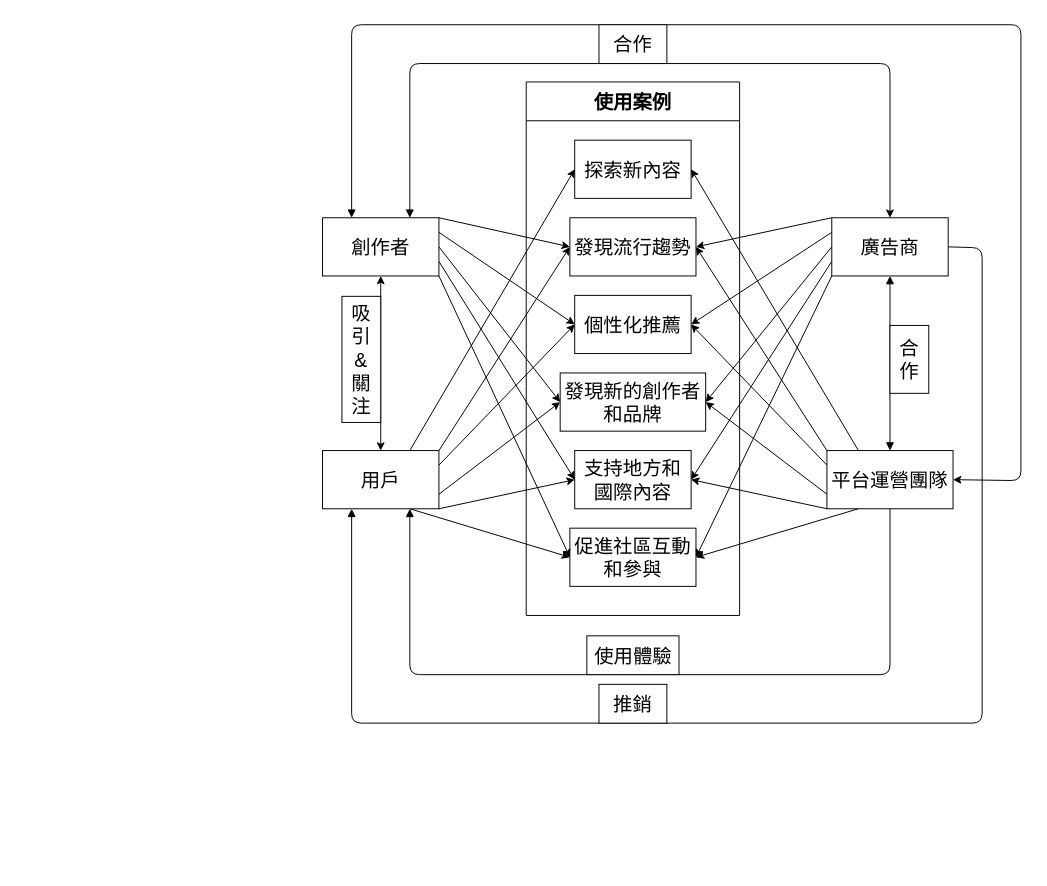
Earlier version of the draw.io diagram serch2.drawio (jeffwei0/1122_Final-project). Source tidied: cells renumbered, new cells numbered last; positions are measured from the earlier drawing's top-left corner, leaving out a move shared by most shapes. Both pictures are drawn from the tidied source at 97%, with x=0, y=0 at pixel (322, 24).
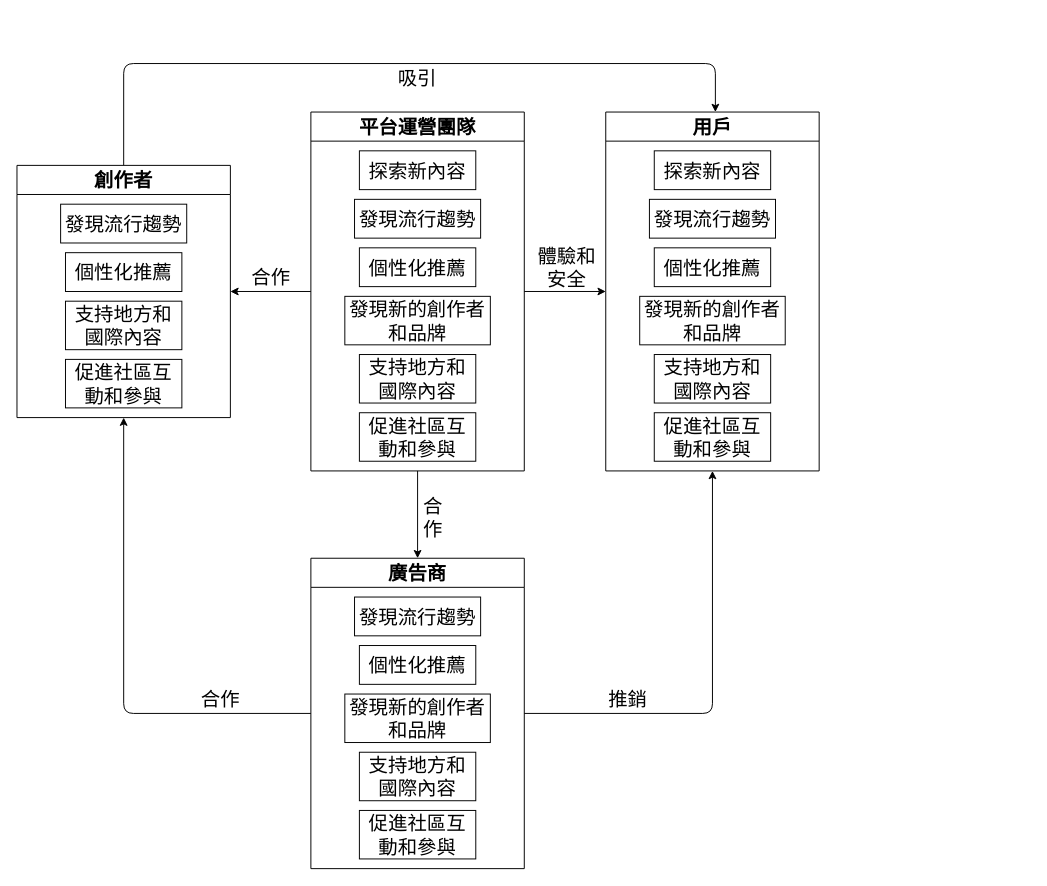
Above is the later version.

The edit, as a diff of the source:
```diff
@@
-    <mxCell id="2" value="&lt;span style=&quot;font-size: 20px;&quot;&gt;使用案例&lt;/span&gt;" style="swimlane;whiteSpace=wrap;html=1;startSize=40;" parent="1" vertex="1">
-      <mxGeometry x="210" y="59" width="220" height="550" as="geometry" />
-    </mxCell>
-    <mxCell id="3" value="探索新內容" style="rounded=0;whiteSpace=wrap;html=1;fontSize=20;" parent="2" vertex="1">
-      <mxGeometry x="50" y="60" width="120" height="60" as="geometry" />
+    <mxCell id="3" value="&lt;font style=&quot;font-size: 20px;&quot;&gt;用戶&lt;/font&gt;" style="swimlane;whiteSpace=wrap;html=1;startSize=30;" parent="1" vertex="1">
+      <mxGeometry x="292" y="90" width="220" height="370" as="geometry" />
     </mxCell>
-    <mxCell id="4" value="發現流行趨勢" style="rounded=0;whiteSpace=wrap;html=1;fontSize=20;" parent="2" vertex="1">
-      <mxGeometry x="45" y="140" width="130" height="60" as="geometry" />
-    </mxCell>
-    <mxCell id="5" value="個性化推薦" style="rounded=0;whiteSpace=wrap;html=1;fontSize=20;" parent="2" vertex="1">
-      <mxGeometry x="50" y="220" width="120" height="60" as="geometry" />
-    </mxCell>
-    <mxCell id="6" value="發現新的創作者和品牌" style="rounded=0;whiteSpace=wrap;html=1;fontSize=20;" parent="2" vertex="1">
-      <mxGeometry x="35" y="300" width="150" height="60" as="geometry" />
-    </mxCell>
-    <mxCell id="7" value="支持地方和國際內容" style="rounded=0;whiteSpace=wrap;html=1;fontSize=20;" parent="2" vertex="1">
-      <mxGeometry x="50" y="380" width="120" height="60" as="geometry" />
+    <mxCell id="7" value="探索新內容" style="rounded=0;whiteSpace=wrap;html=1;fontSize=20;" parent="3" vertex="1">
+      <mxGeometry x="50" y="40" width="120" height="40" as="geometry" />
     </mxCell>
-    <mxCell id="8" value="促進社區互動和參與" style="rounded=0;whiteSpace=wrap;html=1;fontSize=20;" parent="2" vertex="1">
-      <mxGeometry x="45" y="460" width="130" height="60" as="geometry" />
+    <mxCell id="8" value="發現流行趨勢" style="rounded=0;whiteSpace=wrap;html=1;fontSize=20;" parent="3" vertex="1">
+      <mxGeometry x="45" y="90" width="130" height="40" as="geometry" />
     </mxCell>
+    <mxCell id="15" value="個性化推薦" style="rounded=0;whiteSpace=wrap;html=1;fontSize=20;" parent="3" vertex="1">
+      <mxGeometry x="50" y="140" width="120" height="40" as="geometry" />
+    </mxCell>
+    <mxCell id="23" value="發現新的創作者和品牌" style="rounded=0;whiteSpace=wrap;html=1;fontSize=20;" parent="3" vertex="1">
+      <mxGeometry x="35" y="190" width="150" height="50" as="geometry" />
+    </mxCell>
+    <mxCell id="30" value="支持地方和國際內容" style="rounded=0;whiteSpace=wrap;html=1;fontSize=20;" parent="3" vertex="1">
+      <mxGeometry x="50" y="250" width="120" height="50" as="geometry" />
+    </mxCell>
+    <mxCell id="40" value="促進社區互動和參與" style="rounded=0;whiteSpace=wrap;html=1;fontSize=20;" parent="3" vertex="1">
+      <mxGeometry x="50" y="310" width="120" height="50" as="geometry" />
+    </mxCell>
+    <mxCell id="31" style="edgeStyle=none;html=1;exitX=0.5;exitY=0;exitDx=0;exitDy=0;fontSize=20;" parent="1" edge="1" source="4">
+      <mxGeometry relative="1" as="geometry">
+        <mxPoint x="405" y="90" as="targetPoint" />
+        <Array as="points">
+          <mxPoint x="-205" y="40" />
+          <mxPoint x="405" y="40" />
+        </Array>
+      </mxGeometry>
+    </mxCell>
+    <mxCell id="32" style="edgeStyle=none;html=1;exitX=0;exitY=0.5;exitDx=0;exitDy=0;fontSize=20;entryX=0.5;entryY=1;entryDx=0;entryDy=0;" parent="1" edge="1" source="5" target="4">
+      <mxGeometry relative="1" as="geometry">
+        <Array as="points">
+          <mxPoint x="-205" y="710" />
+        </Array>
+      </mxGeometry>
+    </mxCell>
+    <mxCell id="4" value="&lt;font style=&quot;font-size: 20px;&quot;&gt;創作者&lt;/font&gt;" style="swimlane;whiteSpace=wrap;html=1;startSize=30;" parent="1" vertex="1">
+      <mxGeometry x="-315" y="145" width="220" height="260" as="geometry" />
+    </mxCell>
+    <mxCell id="46" value="發現流行趨勢" style="rounded=0;whiteSpace=wrap;html=1;fontSize=20;" parent="4" vertex="1">
+      <mxGeometry x="45" y="40" width="130" height="40" as="geometry" />
+    </mxCell>
-    <mxCell id="9" style="edgeStyle=none;html=1;exitX=0.75;exitY=0;exitDx=0;exitDy=0;entryX=0;entryY=0.5;entryDx=0;entryDy=0;fontSize=20;" parent="1" edge="1" source="15" target="3">
-      <mxGeometry relative="1" as="geometry" />
+    <mxCell id="9" value="個性化推薦" style="rounded=0;whiteSpace=wrap;html=1;fontSize=20;" parent="4" vertex="1">
+      <mxGeometry x="50" y="90" width="120" height="40" as="geometry" />
     </mxCell>
-    <mxCell id="10" style="edgeStyle=none;html=1;exitX=1;exitY=0;exitDx=0;exitDy=0;entryX=0;entryY=0.5;entryDx=0;entryDy=0;fontSize=20;" parent="1" edge="1" source="15" target="4">
-      <mxGeometry relative="1" as="geometry" />
+    <mxCell id="10" value="支持地方和國際內容" style="rounded=0;whiteSpace=wrap;html=1;fontSize=20;" parent="4" vertex="1">
+      <mxGeometry x="50" y="140" width="120" height="50" as="geometry" />
     </mxCell>
-    <mxCell id="11" style="edgeStyle=none;html=1;exitX=1;exitY=0.25;exitDx=0;exitDy=0;fontSize=20;entryX=0;entryY=0.5;entryDx=0;entryDy=0;" parent="1" edge="1" source="15" target="5">
-      <mxGeometry relative="1" as="geometry" />
+    <mxCell id="11" value="促進社區互動和參與" style="rounded=0;whiteSpace=wrap;html=1;fontSize=20;" parent="4" vertex="1">
+      <mxGeometry x="50" y="200" width="120" height="50" as="geometry" />
     </mxCell>
+    <mxCell id="47" style="edgeStyle=none;html=1;exitX=1;exitY=0.5;exitDx=0;exitDy=0;entryX=0.5;entryY=1;entryDx=0;entryDy=0;fontSize=20;" parent="1" edge="1" source="5" target="3">
+      <mxGeometry relative="1" as="geometry">
+        <Array as="points">
+          <mxPoint x="402" y="710" />
+        </Array>
+      </mxGeometry>
+    </mxCell>
+    <mxCell id="5" value="&lt;font style=&quot;font-size: 20px;&quot;&gt;廣告商&lt;/font&gt;" style="swimlane;whiteSpace=wrap;html=1;startSize=30;" parent="1" vertex="1">
+      <mxGeometry x="-12" y="550" width="220" height="320" as="geometry" />
+    </mxCell>
+    <mxCell id="17" value="發現流行趨勢" style="rounded=0;whiteSpace=wrap;html=1;fontSize=20;" parent="5" vertex="1">
+      <mxGeometry x="45" y="40" width="130" height="40" as="geometry" />
+    </mxCell>
+    <mxCell id="18" value="個性化推薦" style="rounded=0;whiteSpace=wrap;html=1;fontSize=20;" parent="5" vertex="1">
+      <mxGeometry x="50" y="90" width="120" height="40" as="geometry" />
+    </mxCell>
+    <mxCell id="19" value="發現新的創作者和品牌" style="rounded=0;whiteSpace=wrap;html=1;fontSize=20;" parent="5" vertex="1">
+      <mxGeometry x="35" y="140" width="150" height="50" as="geometry" />
+    </mxCell>
+    <mxCell id="24" value="支持地方和國際內容" style="rounded=0;whiteSpace=wrap;html=1;fontSize=20;" parent="5" vertex="1">
+      <mxGeometry x="50" y="200" width="120" height="50" as="geometry" />
+    </mxCell>
+    <mxCell id="25" value="促進社區互動和參與" style="rounded=0;whiteSpace=wrap;html=1;fontSize=20;" parent="5" vertex="1">
+      <mxGeometry x="50" y="260" width="120" height="50" as="geometry" />
+    </mxCell>
+    <mxCell id="41" style="edgeStyle=none;html=1;exitX=0.5;exitY=1;exitDx=0;exitDy=0;entryX=0.5;entryY=0;entryDx=0;entryDy=0;fontSize=20;" parent="1" edge="1" source="6" target="5">
+      <mxGeometry relative="1" as="geometry" />
+    </mxCell>
+    <mxCell id="26" style="edgeStyle=none;html=1;exitX=0;exitY=0.5;exitDx=0;exitDy=0;entryX=1;entryY=0.5;entryDx=0;entryDy=0;fontSize=20;" parent="1" edge="1" source="6" target="4">
+      <mxGeometry relative="1" as="geometry" />
+    </mxCell>
+    <mxCell id="27" style="edgeStyle=none;html=1;exitX=1;exitY=0.5;exitDx=0;exitDy=0;entryX=0;entryY=0.5;entryDx=0;entryDy=0;fontSize=20;" parent="1" edge="1" source="6" target="3">
+      <mxGeometry relative="1" as="geometry" />
+    </mxCell>
+    <mxCell id="6" value="&lt;font style=&quot;font-size: 20px;&quot;&gt;平台運營團隊&lt;/font&gt;" style="swimlane;whiteSpace=wrap;html=1;startSize=30;" parent="1" vertex="1">
+      <mxGeometry x="-12" y="90" width="220" height="370" as="geometry" />
+    </mxCell>
-    <mxCell id="12" style="edgeStyle=none;html=1;exitX=1;exitY=0.75;exitDx=0;exitDy=0;entryX=0;entryY=0.5;entryDx=0;entryDy=0;fontSize=20;" parent="1" edge="1" source="15" target="6">
-      <mxGeometry relative="1" as="geometry" />
+    <mxCell id="12" value="促進社區互動和參與" style="rounded=0;whiteSpace=wrap;html=1;fontSize=20;" parent="6" vertex="1">
+      <mxGeometry x="50" y="310" width="120" height="50" as="geometry" />
     </mxCell>
-    <mxCell id="13" style="edgeStyle=none;html=1;exitX=1;exitY=1;exitDx=0;exitDy=0;entryX=0;entryY=0.5;entryDx=0;entryDy=0;fontSize=20;" parent="1" edge="1" source="15" target="7">
-      <mxGeometry relative="1" as="geometry" />
+    <mxCell id="13" value="支持地方和國際內容" style="rounded=0;whiteSpace=wrap;html=1;fontSize=20;" parent="6" vertex="1">
+      <mxGeometry x="50" y="250" width="120" height="50" as="geometry" />
     </mxCell>
-    <mxCell id="14" style="edgeStyle=none;html=1;exitX=0.75;exitY=1;exitDx=0;exitDy=0;entryX=0;entryY=0.5;entryDx=0;entryDy=0;fontSize=20;" parent="1" edge="1" source="15" target="8">
-      <mxGeometry relative="1" as="geometry" />
+    <mxCell id="14" value="發現新的創作者和品牌" style="rounded=0;whiteSpace=wrap;html=1;fontSize=20;" parent="6" vertex="1">
+      <mxGeometry x="35" y="190" width="150" height="50" as="geometry" />
     </mxCell>
-    <mxCell id="15" value="用戶" style="rounded=0;whiteSpace=wrap;html=1;fontSize=20;" parent="1" vertex="1">
-      <mxGeometry y="439" width="120" height="60" as="geometry" />
-    </mxCell>
+    <mxCell id="48" value="個性化推薦" style="rounded=0;whiteSpace=wrap;html=1;fontSize=20;" parent="6" vertex="1">
+      <mxGeometry x="50" y="140" width="120" height="40" as="geometry" />
+    </mxCell>
+    <mxCell id="49" value="發現流行趨勢" style="rounded=0;whiteSpace=wrap;html=1;fontSize=20;" parent="6" vertex="1">
+      <mxGeometry x="45" y="90" width="130" height="40" as="geometry" />
+    </mxCell>
-    <mxCell id="16" style="edgeStyle=none;html=1;exitX=1;exitY=0;exitDx=0;exitDy=0;entryX=0;entryY=0.5;entryDx=0;entryDy=0;fontSize=20;" parent="1" edge="1" source="23" target="4">
-      <mxGeometry relative="1" as="geometry" />
+    <mxCell id="16" value="探索新內容" style="rounded=0;whiteSpace=wrap;html=1;fontSize=20;" parent="6" vertex="1">
+      <mxGeometry x="50" y="40" width="120" height="40" as="geometry" />
     </mxCell>
-    <mxCell id="17" style="edgeStyle=none;html=1;exitX=1;exitY=0.25;exitDx=0;exitDy=0;entryX=0;entryY=0.5;entryDx=0;entryDy=0;fontSize=20;" parent="1" edge="1" source="23" target="5">
-      <mxGeometry relative="1" as="geometry" />
-    </mxCell>
-    <mxCell id="18" style="edgeStyle=none;html=1;exitX=1;exitY=0.75;exitDx=0;exitDy=0;entryX=0;entryY=0.5;entryDx=0;entryDy=0;fontSize=20;" parent="1" edge="1" source="23" target="7">
-      <mxGeometry relative="1" as="geometry" />
-    </mxCell>
-    <mxCell id="19" style="edgeStyle=none;html=1;exitX=1;exitY=1;exitDx=0;exitDy=0;entryX=0;entryY=0.5;entryDx=0;entryDy=0;fontSize=20;" parent="1" edge="1" source="23" target="8">
-      <mxGeometry relative="1" as="geometry" />
-    </mxCell>
-    <mxCell id="20" style="edgeStyle=none;html=1;exitX=1;exitY=0.5;exitDx=0;exitDy=0;entryX=0;entryY=0.5;entryDx=0;entryDy=0;fontSize=20;" parent="1" edge="1" source="23" target="6">
-      <mxGeometry relative="1" as="geometry" />
-    </mxCell>
-    <mxCell id="21" style="edgeStyle=none;html=1;exitX=0.5;exitY=0;exitDx=0;exitDy=0;fontSize=20;entryX=0.75;entryY=0;entryDx=0;entryDy=0;endArrow=block;endFill=1;startArrow=classic;startFill=1;" parent="1" edge="1" source="30" target="23">
-      <mxGeometry relative="1" as="geometry">
-        <Array as="points">
-          <mxPoint x="585" y="40" />
-          <mxPoint x="90" y="40" />
-        </Array>
-      </mxGeometry>
-    </mxCell>
-    <mxCell id="22" style="edgeStyle=none;html=1;exitX=0.5;exitY=1;exitDx=0;exitDy=0;entryX=0.5;entryY=0;entryDx=0;entryDy=0;fontSize=20;startArrow=classic;startFill=1;" parent="1" edge="1" source="23" target="15">
-      <mxGeometry relative="1" as="geometry" />
-    </mxCell>
-    <mxCell id="23" value="創作者" style="rounded=0;whiteSpace=wrap;html=1;fontSize=20;" parent="1" vertex="1">
-      <mxGeometry y="199" width="120" height="60" as="geometry" />
-    </mxCell>
-    <mxCell id="24" style="edgeStyle=none;html=1;exitX=0;exitY=0;exitDx=0;exitDy=0;entryX=1;entryY=0.5;entryDx=0;entryDy=0;fontSize=20;" parent="1" edge="1" source="30" target="4">
-      <mxGeometry relative="1" as="geometry" />
-    </mxCell>
-    <mxCell id="25" style="edgeStyle=none;html=1;exitX=0;exitY=0.25;exitDx=0;exitDy=0;entryX=1;entryY=0.5;entryDx=0;entryDy=0;fontSize=20;" parent="1" edge="1" source="30" target="5">
-      <mxGeometry relative="1" as="geometry" />
-    </mxCell>
-    <mxCell id="26" style="edgeStyle=none;html=1;exitX=0;exitY=0.75;exitDx=0;exitDy=0;entryX=1;entryY=0.5;entryDx=0;entryDy=0;fontSize=20;" parent="1" edge="1" source="30" target="7">
-      <mxGeometry relative="1" as="geometry" />
-    </mxCell>
-    <mxCell id="27" style="edgeStyle=none;html=1;exitX=0;exitY=1;exitDx=0;exitDy=0;entryX=1;entryY=0.5;entryDx=0;entryDy=0;fontSize=20;" parent="1" edge="1" source="30" target="8">
-      <mxGeometry relative="1" as="geometry" />
-    </mxCell>
-    <mxCell id="28" style="edgeStyle=none;html=1;exitX=0;exitY=0.5;exitDx=0;exitDy=0;entryX=1;entryY=0.5;entryDx=0;entryDy=0;fontSize=20;" parent="1" edge="1" source="30" target="6">
-      <mxGeometry relative="1" as="geometry" />
-    </mxCell>
-    <mxCell id="29" style="edgeStyle=none;html=1;exitX=1;exitY=0.5;exitDx=0;exitDy=0;fontSize=20;startArrow=none;startFill=0;endArrow=block;endFill=1;entryX=0.25;entryY=1;entryDx=0;entryDy=0;" parent="1" edge="1" source="30" target="15">
-      <mxGeometry relative="1" as="geometry">
-        <Array as="points">
-          <mxPoint x="680" y="230" />
-          <mxPoint x="680" y="720" />
-          <mxPoint x="350" y="720" />
-          <mxPoint x="30" y="720" />
-        </Array>
-      </mxGeometry>
-    </mxCell>
-    <mxCell id="30" value="廣告商" style="rounded=0;whiteSpace=wrap;html=1;fontSize=20;" parent="1" vertex="1">
-      <mxGeometry x="525" y="199" width="120" height="60" as="geometry" />
-    </mxCell>
-    <mxCell id="31" style="edgeStyle=none;html=1;exitX=0.25;exitY=0;exitDx=0;exitDy=0;entryX=1;entryY=0.5;entryDx=0;entryDy=0;fontSize=20;" parent="1" edge="1" source="40" target="3">
-      <mxGeometry relative="1" as="geometry" />
-    </mxCell>
-    <mxCell id="32" style="edgeStyle=none;html=1;exitX=0;exitY=0;exitDx=0;exitDy=0;entryX=1;entryY=0.5;entryDx=0;entryDy=0;fontSize=20;" parent="1" edge="1" source="40" target="4">
-      <mxGeometry relative="1" as="geometry" />
-    </mxCell>
+    <mxCell id="50" value="合作" style="text;html=1;strokeColor=none;fillColor=none;align=center;verticalAlign=middle;whiteSpace=wrap;rounded=0;fontSize=20;rotation=0;" parent="1" vertex="1">
+      <mxGeometry x="98" y="480" width="32" height="55" as="geometry" />
+    </mxCell>
+    <mxCell id="43" value="推銷" style="text;html=1;strokeColor=none;fillColor=none;align=center;verticalAlign=middle;whiteSpace=wrap;rounded=0;fontSize=20;" parent="1" vertex="1">
+      <mxGeometry x="285" y="680" width="60" height="30" as="geometry" />
+    </mxCell>
+    <mxCell id="51" value="合作" style="text;html=1;strokeColor=none;fillColor=none;align=center;verticalAlign=middle;whiteSpace=wrap;rounded=0;fontSize=20;" parent="1" vertex="1">
+      <mxGeometry x="-135" y="680" width="60" height="30" as="geometry" />
+    </mxCell>
-    <mxCell id="33" style="edgeStyle=none;html=1;exitX=0;exitY=0.25;exitDx=0;exitDy=0;entryX=1;entryY=0.5;entryDx=0;entryDy=0;fontSize=20;" parent="1" edge="1" source="40" target="5">
-      <mxGeometry relative="1" as="geometry" />
+    <mxCell id="33" value="體驗和安全" style="text;html=1;strokeColor=none;fillColor=none;align=center;verticalAlign=middle;whiteSpace=wrap;rounded=0;fontSize=20;" parent="1" vertex="1">
+      <mxGeometry x="212" y="224" width="80" height="51" as="geometry" />
     </mxCell>
+    <mxCell id="52" value="合作" style="text;html=1;strokeColor=none;fillColor=none;align=center;verticalAlign=middle;whiteSpace=wrap;rounded=0;fontSize=20;" parent="1" vertex="1">
+      <mxGeometry x="-83" y="244.5" width="60" height="30" as="geometry" />
+    </mxCell>
-    <mxCell id="34" style="edgeStyle=none;html=1;exitX=0;exitY=0.75;exitDx=0;exitDy=0;entryX=1;entryY=0.5;entryDx=0;entryDy=0;fontSize=20;" parent="1" edge="1" source="40" target="6">
-      <mxGeometry relative="1" as="geometry" />
+    <mxCell id="34" value="吸引" style="text;html=1;strokeColor=none;fillColor=none;align=center;verticalAlign=middle;whiteSpace=wrap;rounded=0;fontSize=20;" parent="1" vertex="1">
+      <mxGeometry x="68" y="40" width="60" height="30" as="geometry" />
     </mxCell>
-    <mxCell id="35" style="edgeStyle=none;html=1;exitX=0;exitY=1;exitDx=0;exitDy=0;entryX=1;entryY=0.5;entryDx=0;entryDy=0;fontSize=20;" parent="1" edge="1" source="40" target="7">
-      <mxGeometry relative="1" as="geometry" />
-    </mxCell>
-    <mxCell id="36" style="edgeStyle=none;html=1;exitX=0.25;exitY=1;exitDx=0;exitDy=0;entryX=1;entryY=0.5;entryDx=0;entryDy=0;fontSize=20;" parent="1" edge="1" source="40" target="8">
-      <mxGeometry relative="1" as="geometry" />
-    </mxCell>
-    <mxCell id="37" style="edgeStyle=none;html=1;exitX=0.5;exitY=0;exitDx=0;exitDy=0;entryX=0.5;entryY=1;entryDx=0;entryDy=0;fontSize=20;startArrow=block;startFill=1;endArrow=block;endFill=1;" parent="1" edge="1" source="40" target="30">
-      <mxGeometry relative="1" as="geometry" />
-    </mxCell>
-    <mxCell id="38" style="edgeStyle=none;html=1;exitX=0.5;exitY=1;exitDx=0;exitDy=0;entryX=0.75;entryY=1;entryDx=0;entryDy=0;fontSize=20;startArrow=none;startFill=0;endArrow=block;endFill=1;" parent="1" edge="1" source="40" target="15">
-      <mxGeometry relative="1" as="geometry">
-        <Array as="points">
-          <mxPoint x="585" y="670" />
-          <mxPoint x="90" y="670" />
-        </Array>
-      </mxGeometry>
-    </mxCell>
-    <mxCell id="39" style="edgeStyle=none;html=1;exitX=1;exitY=0.5;exitDx=0;exitDy=0;entryX=0.25;entryY=0;entryDx=0;entryDy=0;fontSize=20;startArrow=classic;startFill=1;endArrow=block;endFill=1;" parent="1" edge="1">
-      <mxGeometry relative="1" as="geometry">
-        <mxPoint x="650" y="469" as="sourcePoint" />
-        <mxPoint x="30" y="199" as="targetPoint" />
-        <Array as="points">
-          <mxPoint x="720" y="470" />
-          <mxPoint x="720" />
-          <mxPoint x="30" />
-        </Array>
-      </mxGeometry>
-    </mxCell>
-    <mxCell id="40" value="平台運營團隊" style="rounded=0;whiteSpace=wrap;html=1;fontSize=20;" parent="1" vertex="1">
-      <mxGeometry x="520" y="439" width="130" height="60" as="geometry" />
-    </mxCell>
-    <mxCell id="41" value="合作" style="rounded=0;whiteSpace=wrap;html=1;fontSize=20;" parent="1" vertex="1">
-      <mxGeometry x="285" width="70" height="40" as="geometry" />
-    </mxCell>
-    <mxCell id="42" value="吸引&lt;br&gt;&amp;amp;&lt;br&gt;關注" style="rounded=0;whiteSpace=wrap;html=1;fontSize=20;direction=south;" parent="1" vertex="1">
-      <mxGeometry x="20" y="280" width="40" height="130" as="geometry" />
-    </mxCell>
-    <mxCell id="43" value="推銷" style="rounded=0;whiteSpace=wrap;html=1;fontSize=20;" parent="1" vertex="1">
-      <mxGeometry x="285" y="680" width="70" height="40" as="geometry" />
-    </mxCell>
-    <mxCell id="44" value="合作" style="rounded=0;whiteSpace=wrap;html=1;fontSize=20;direction=south;" parent="1" vertex="1">
-      <mxGeometry x="585" y="310" width="40" height="70" as="geometry" />
-    </mxCell>
-    <mxCell id="45" value="使用體驗" style="rounded=0;whiteSpace=wrap;html=1;fontSize=20;" parent="1" vertex="1">
-      <mxGeometry x="272.5" y="630" width="95" height="40" as="geometry" />
-    </mxCell>
```
